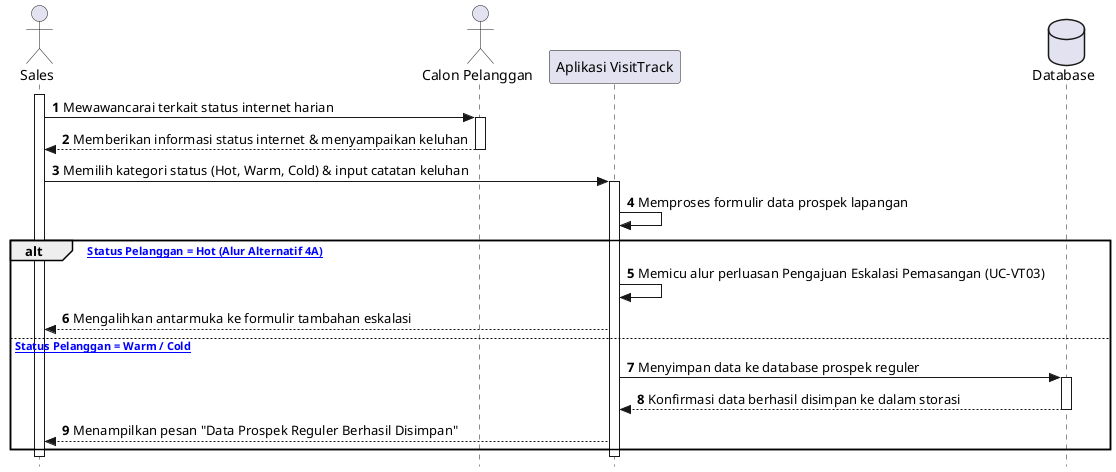
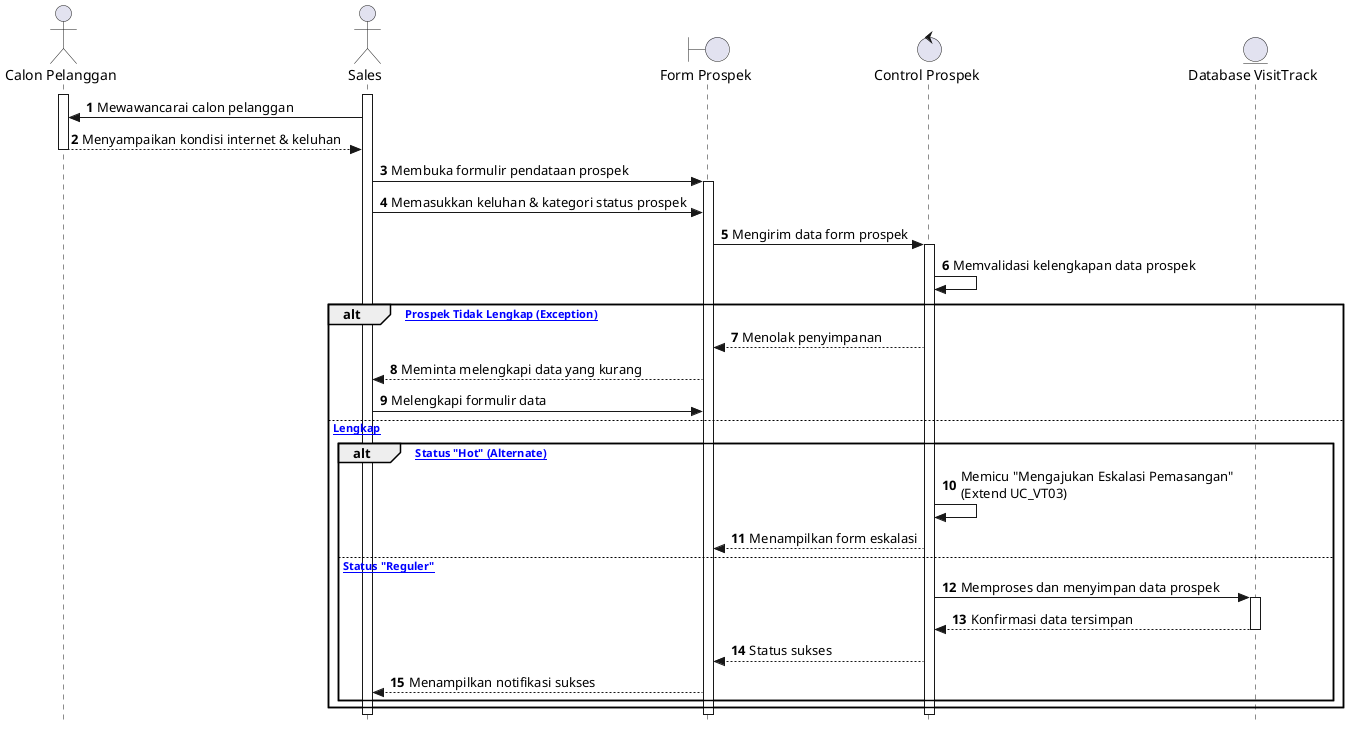
@startuml
autonumber
skinparam style strictuml

+ actor "Calon Pelanggan" as Cust
actor Sales
- actor "Calon Pelanggan" as Cust
- participant "Aplikasi VisitTrack" as App
- database "Database" as DB
+ boundary "Form Prospek" as Form
+ control "Control Prospek" as Ctrl
+ entity "Database VisitTrack" as DB

+ activate Cust
activate Sales
- Sales -> Cust: Mewawancarai terkait status internet harian
- activate Cust
- Cust --> Sales: Memberikan informasi status internet & menyampaikan keluhan
+ Sales -> Cust: Mewawancarai calon pelanggan
+ Cust --> Sales: Menyampaikan kondisi internet & keluhan
deactivate Cust

- Sales -> App: Memilih kategori status (Hot, Warm, Cold) & input catatan keluhan
- activate App
- App -> App: Memproses formulir data prospek lapangan
+ Sales -> Form: Membuka formulir pendataan prospek
+ activate Form
+ Sales -> Form: Memasukkan keluhan & kategori status prospek
+ Form -> Ctrl: Mengirim data form prospek
+ activate Ctrl
+ Ctrl -> Ctrl: Memvalidasi kelengkapan data prospek

- alt [Kategori Status Pelanggan = Hot (Alur Alternatif 4A)]
-     App -> App: Memicu alur perluasan Pengajuan Eskalasi Pemasangan (UC-VT03)
-     App --> Sales: Mengalihkan antarmuka ke formulir tambahan eskalasi
- else [Kategori Status Pelanggan = Warm / Cold]
-     App -> DB: Menyimpan data ke database prospek reguler
-     activate DB
-     DB --> App: Konfirmasi data berhasil disimpan ke dalam storasi
-     deactivate DB
-     App --> Sales: Menampilkan pesan "Data Prospek Reguler Berhasil Disimpan"
+ alt [Data Prospek Tidak Lengkap (Exception)]
+     Ctrl --> Form: Menolak penyimpanan
+     Form --> Sales: Meminta melengkapi data yang kurang
+     Sales -> Form: Melengkapi formulir data
+ else [Data Lengkap]
+     alt [Kategori Status "Hot" (Alternate)]
+         Ctrl -> Ctrl: Memicu "Mengajukan Eskalasi Pemasangan"\n(Extend UC_VT03)
+         Ctrl --> Form: Menampilkan form eskalasi
+     else [Kategori Status "Reguler"]
+         Ctrl -> DB: Memproses dan menyimpan data prospek
+         activate DB
+         DB --> Ctrl: Konfirmasi data tersimpan
+         deactivate DB
+         Ctrl --> Form: Status sukses
+         Form --> Sales: Menampilkan notifikasi sukses
+     end
end

- deactivate App
+ deactivate Ctrl
+ deactivate Form
deactivate Sales
@enduml